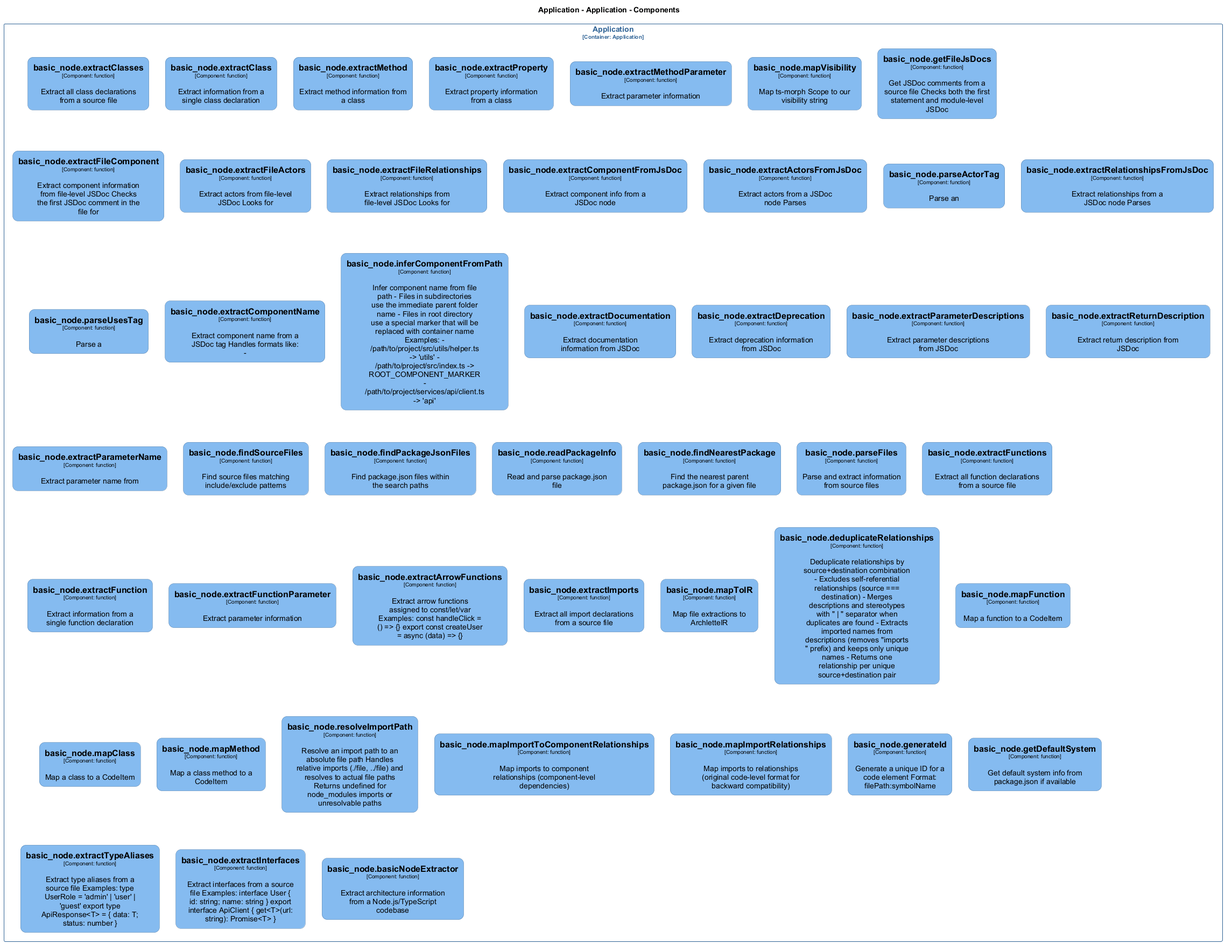
chrislyons-dev/archlette keeps this PlantUML diagram as docs/architecture/diagrams/structurizr-Classes_default_container__basic_node.png. Above is the earlier version.
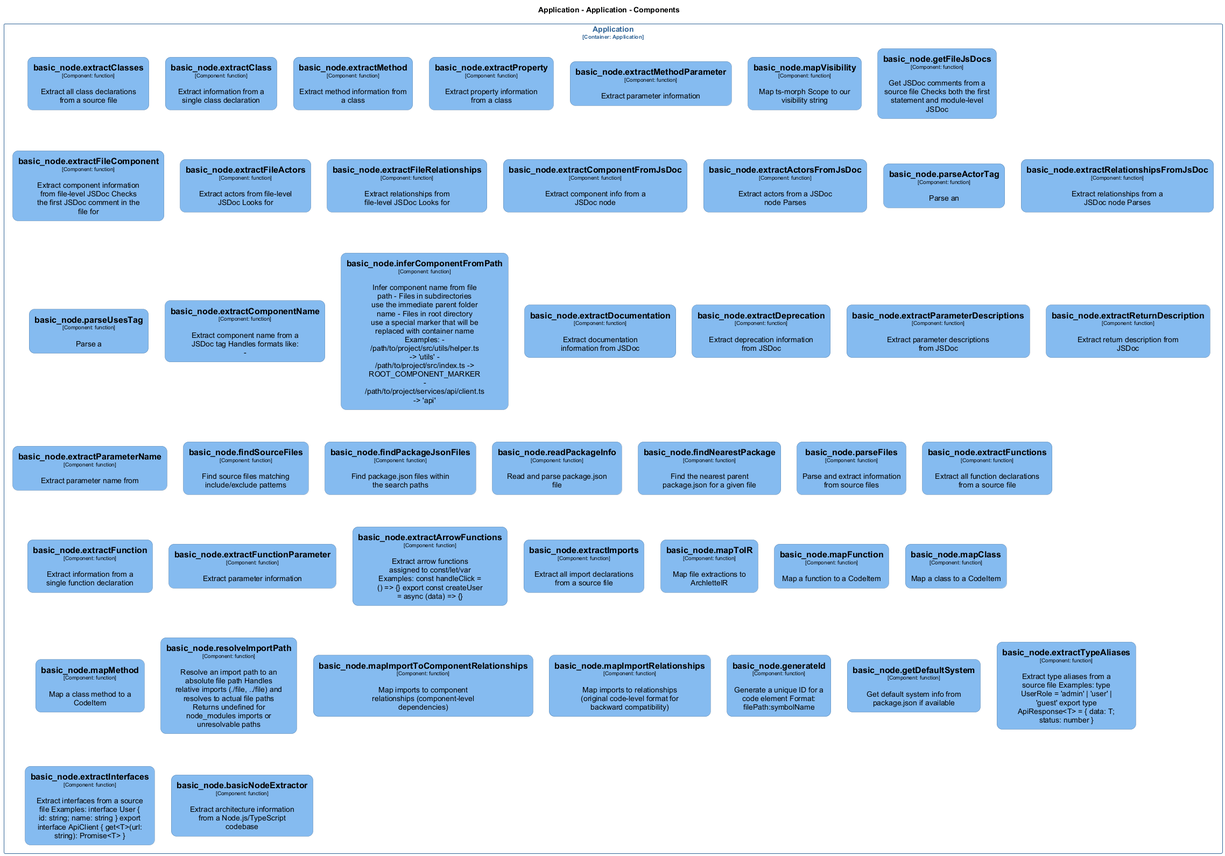
After the change.

Change to the diagram source:
```diff
@@ -17,13 +17,6 @@
 hide stereotype
 
 skinparam rectangle<<Application.Application.basic_nodebasicNodeExtractor>> {
-  BackgroundColor #85bbf0
-  FontColor #000000
-  BorderColor #5d82a8
-  roundCorner 20
-  shadowing false
-}
-skinparam rectangle<<Application.Application.basic_nodededuplicateRelationships>> {
   BackgroundColor #85bbf0
   FontColor #000000
   BorderColor #5d82a8
@@ -371,7 +364,6 @@
   rectangle "==basic_node.extractArrowFunctions\n<size:10>[Component: function]</size>\n\nExtract arrow functions assigned to const/let/var Examples: const handleClick = () => {} export const createUser = async (data) => {}" <<Application.Application.basic_nodeextractArrowFunctions>> as Application.Application.basic_nodeextractArrowFunctions
   rectangle "==basic_node.extractImports\n<size:10>[Component: function]</size>\n\nExtract all import declarations from a source file" <<Application.Application.basic_nodeextractImports>> as Application.Application.basic_nodeextractImports
   rectangle "==basic_node.mapToIR\n<size:10>[Component: function]</size>\n\nMap file extractions to ArchletteIR" <<Application.Application.basic_nodemapToIR>> as Application.Application.basic_nodemapToIR
-  rectangle "==basic_node.deduplicateRelationships\n<size:10>[Component: function]</size>\n\nDeduplicate relationships by source+destination combination - Excludes self-referential relationships (source === destination) - Merges descriptions and stereotypes with " | " separator when duplicates are found - Extracts imported names from descriptions (removes "imports " prefix) and keeps only unique names - Returns one relationship per unique source+destination pair" <<Application.Application.basic_nodededuplicateRelationships>> as Application.Application.basic_nodededuplicateRelationships
   rectangle "==basic_node.mapFunction\n<size:10>[Component: function]</size>\n\nMap a function to a CodeItem" <<Application.Application.basic_nodemapFunction>> as Application.Application.basic_nodemapFunction
   rectangle "==basic_node.mapClass\n<size:10>[Component: function]</size>\n\nMap a class to a CodeItem" <<Application.Application.basic_nodemapClass>> as Application.Application.basic_nodemapClass
   rectangle "==basic_node.mapMethod\n<size:10>[Component: function]</size>\n\nMap a class method to a CodeItem" <<Application.Application.basic_nodemapMethod>> as Application.Application.basic_nodemapMethod
```
